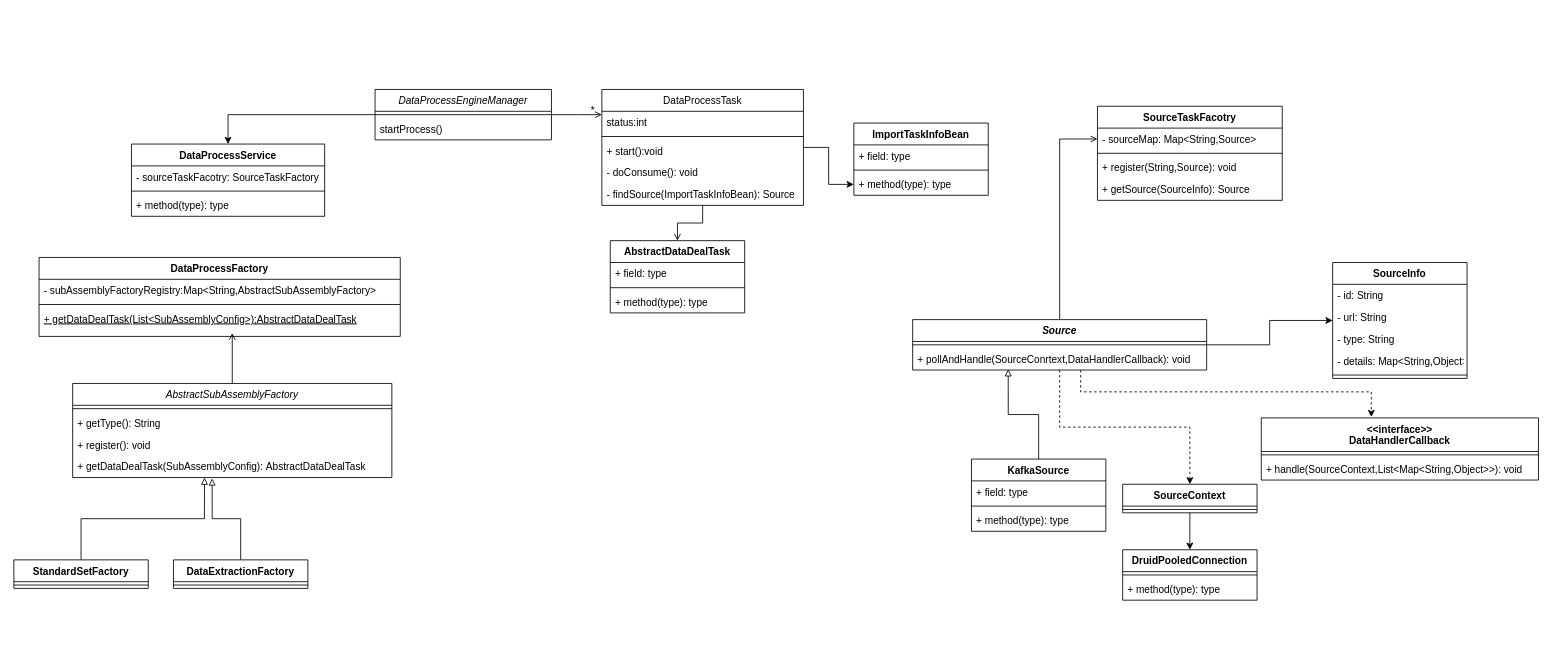
This is DMS.drawio from tianch731/DMS, a draw.io file, before an edit. Source tidied: cells renumbered, new cells numbered last; positions are measured from the earlier drawing's top-left corner, leaving out a move shared by most shapes. Both pictures are drawn from the tidied source at 84%, with x=0, y=0 at pixel (13, 89).
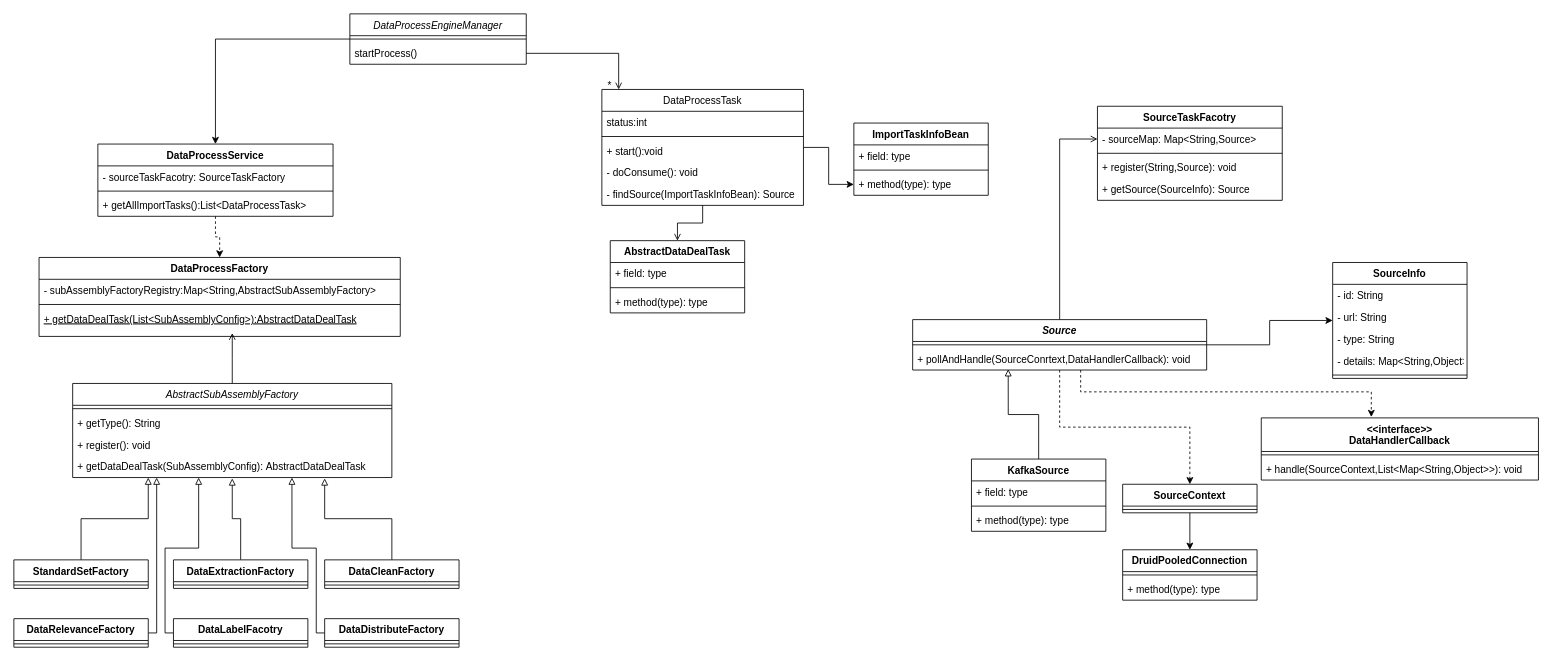
The same diagram, later.

Unchanged cells that the change refers to:
```xml
<mxCell id="5" value="startProcess()" style="text;align=left;verticalAlign=top;spacingLeft=4;spacingRight=4;overflow=hidden;points=[[0,0.5],[1,0.5]];portConstraint=eastwest;" parent="3" vertex="1">
  <mxGeometry y="34" width="210" height="26" as="geometry" />
</mxCell>
<mxCell id="6" value="DataProcessFactory" style="swimlane;fontStyle=1;align=center;verticalAlign=top;horizontal=1;startSize=26;rounded=0;shadow=0;strokeWidth=1;" parent="1" vertex="1">
  <mxGeometry x="30" y="200" width="430" height="94" as="geometry" />
</mxCell>
<mxCell id="15" value="+ getDataDealTask(SubAssemblyConfig): AbstractDataDealTask" style="text;strokeColor=none;fillColor=none;align=left;verticalAlign=top;spacingLeft=4;spacingRight=4;overflow=hidden;points=[[0,0.5],[1,0.5]];portConstraint=eastwest;html=0;" parent="11" vertex="1">
  <mxGeometry y="86" width="380" height="26" as="geometry" />
</mxCell>
<mxCell id="18" value="DataProcessTask" style="swimlane;fontStyle=0;align=center;verticalAlign=top;horizontal=1;startSize=26;rounded=0;shadow=0;strokeWidth=1;" parent="1" vertex="1">
  <mxGeometry x="700" width="240" height="138" as="geometry" />
</mxCell>
<mxCell id="72" value="StandardSetFactory" style="swimlane;fontStyle=1;align=center;verticalAlign=top;horizontal=1;startSize=26;html=0;" parent="1" vertex="1">
  <mxGeometry y="560" width="160" height="34" as="geometry" />
</mxCell>
<mxCell id="75" value="DataExtractionFactory" style="swimlane;fontStyle=1;align=center;verticalAlign=top;horizontal=1;startSize=26;html=0;" parent="1" vertex="1">
  <mxGeometry x="190" y="560" width="160" height="34" as="geometry" />
</mxCell>
```

Change to the diagram source:
```diff
@@
     <mxCell id="3" value="DataProcessEngineManager" style="swimlane;fontStyle=2;align=center;verticalAlign=top;horizontal=1;startSize=26;rounded=0;shadow=0;strokeWidth=1;" parent="1" vertex="1">
-      <mxGeometry x="430" width="210" height="60" as="geometry" />
+      <mxGeometry x="400" y="-90" width="210" height="60" as="geometry" />
     </mxCell>
@@
-    <mxCell id="24" style="endArrow=open;shadow=0;strokeWidth=1;rounded=0;endFill=1;edgeStyle=elbowEdgeStyle;elbow=vertical;" parent="1" edge="1" source="3" target="18">
+    <mxCell id="24" style="endArrow=open;shadow=0;strokeWidth=1;rounded=0;endFill=1;edgeStyle=elbowEdgeStyle;elbow=vertical;exitX=1;exitY=0.5;exitDx=0;exitDy=0;" parent="1" edge="1" source="5" target="18">
       <mxGeometry x="0.5" y="41" relative="1" as="geometry">
+        <Array as="points">
+          <mxPoint x="720" y="-43" />
+        </Array>
         <mxPoint x="-40" y="32" as="offset" />
       </mxGeometry>
     </mxCell>
@@
+    <mxCell id="77" style="edgeStyle=orthogonalEdgeStyle;rounded=0;jettySize=auto;html=1;endArrow=classic;endFill=1;dashed=1;" parent="1" edge="1" source="27" target="6">
+      <mxGeometry relative="1" as="geometry" />
+    </mxCell>
     <mxCell id="27" value="DataProcessService" style="swimlane;fontStyle=1;align=center;verticalAlign=top;horizontal=1;startSize=26;" parent="1" vertex="1">
-      <mxGeometry x="140" y="65" width="230" height="86" as="geometry" />
+      <mxGeometry x="100" y="65" width="280" height="86" as="geometry" />
     </mxCell>
     <mxCell id="28" value="- sourceTaskFacotry: SourceTaskFactory" style="text;strokeColor=none;fillColor=none;align=left;verticalAlign=top;spacingLeft=4;spacingRight=4;overflow=hidden;" parent="27" vertex="1">
-      <mxGeometry y="26" width="230" height="26" as="geometry" />
+      <mxGeometry y="26" width="280" height="26" as="geometry" />
     </mxCell>
     <mxCell id="29" style="line;strokeWidth=1;fillColor=none;align=left;verticalAlign=middle;spacingTop=-1;spacingLeft=3;spacingRight=3;labelPosition=right;" parent="27" vertex="1">
-      <mxGeometry y="52" width="230" height="8" as="geometry" />
+      <mxGeometry y="52" width="280" height="8" as="geometry" />
     </mxCell>
-    <mxCell id="30" value="+ method(type): type" style="text;strokeColor=none;fillColor=none;align=left;verticalAlign=top;spacingLeft=4;spacingRight=4;overflow=hidden;" parent="27" vertex="1">
-      <mxGeometry y="60" width="230" height="26" as="geometry" />
+    <mxCell id="30" value="+ getAllImportTasks():List&lt;DataProcessTask&gt;" style="text;strokeColor=none;fillColor=none;align=left;verticalAlign=top;spacingLeft=4;spacingRight=4;overflow=hidden;" parent="27" vertex="1">
+      <mxGeometry y="60" width="280" height="26" as="geometry" />
     </mxCell>
@@
-    <mxCell id="71" style="edgeStyle=orthogonalEdgeStyle;rounded=0;jettySize=auto;html=1;entryX=0.413;entryY=1;entryDx=0;entryDy=0;entryPerimeter=0;endArrow=block;endFill=0;" parent="1" edge="1" source="72" target="15">
-      <mxGeometry relative="1" as="geometry" />
+    <mxCell id="71" style="edgeStyle=orthogonalEdgeStyle;rounded=0;jettySize=auto;html=1;endArrow=block;endFill=0;" parent="1" edge="1" source="72">
+      <mxGeometry relative="1" as="geometry">
+        <mxPoint x="160" y="462" as="targetPoint" />
+        <Array as="points">
+          <mxPoint x="80" y="511" />
+          <mxPoint x="160" y="511" />
+          <mxPoint x="160" y="462" />
+        </Array>
+      </mxGeometry>
     </mxCell>
@@
-    <mxCell id="74" style="edgeStyle=orthogonalEdgeStyle;rounded=0;jettySize=auto;html=1;entryX=0.437;entryY=1.038;entryDx=0;entryDy=0;entryPerimeter=0;endArrow=block;endFill=0;" parent="1" edge="1" source="75" target="15">
-      <mxGeometry relative="1" as="geometry" />
+    <mxCell id="74" style="edgeStyle=orthogonalEdgeStyle;rounded=0;jettySize=auto;html=1;endArrow=block;endFill=0;" parent="1" edge="1" source="75">
+      <mxGeometry relative="1" as="geometry">
+        <mxPoint x="260" y="463" as="targetPoint" />
+        <Array as="points">
+          <mxPoint x="270" y="511" />
+          <mxPoint x="260" y="511" />
+          <mxPoint x="260" y="463" />
+        </Array>
+      </mxGeometry>
     </mxCell>
@@
+    <mxCell id="78" style="edgeStyle=orthogonalEdgeStyle;rounded=0;jettySize=auto;html=1;endArrow=block;endFill=0;" parent="1" edge="1" source="79">
+      <mxGeometry relative="1" as="geometry">
+        <mxPoint x="370" y="463" as="targetPoint" />
+        <Array as="points">
+          <mxPoint x="450" y="511" />
+          <mxPoint x="370" y="511" />
+          <mxPoint x="370" y="463" />
+        </Array>
+      </mxGeometry>
+    </mxCell>
+    <mxCell id="79" value="DataCleanFactory" style="swimlane;fontStyle=1;align=center;verticalAlign=top;horizontal=1;startSize=26;html=0;" parent="1" vertex="1">
+      <mxGeometry x="370" y="560" width="160" height="34" as="geometry" />
+    </mxCell>
+    <mxCell id="80" style="line;strokeWidth=1;fillColor=none;align=left;verticalAlign=middle;spacingTop=-1;spacingLeft=3;spacingRight=3;labelPosition=right;" parent="79" vertex="1">
+      <mxGeometry y="26" width="160" height="8" as="geometry" />
+    </mxCell>
+    <mxCell id="81" style="edgeStyle=orthogonalEdgeStyle;rounded=0;jettySize=auto;html=1;endArrow=block;endFill=0;" parent="1" edge="1" source="82">
+      <mxGeometry relative="1" as="geometry">
+        <mxPoint x="170" y="462" as="targetPoint" />
+        <Array as="points">
+          <mxPoint x="170" y="647" />
+          <mxPoint x="170" y="462" />
+        </Array>
+      </mxGeometry>
+    </mxCell>
+    <mxCell id="82" value="DataRelevanceFactory" style="swimlane;fontStyle=1;align=center;verticalAlign=top;horizontal=1;startSize=26;html=0;" parent="1" vertex="1">
+      <mxGeometry y="630" width="160" height="34" as="geometry" />
+    </mxCell>
+    <mxCell id="83" style="line;strokeWidth=1;fillColor=none;align=left;verticalAlign=middle;spacingTop=-1;spacingLeft=3;spacingRight=3;labelPosition=right;" parent="82" vertex="1">
+      <mxGeometry y="26" width="160" height="8" as="geometry" />
+    </mxCell>
+    <mxCell id="84" style="edgeStyle=orthogonalEdgeStyle;rounded=0;jettySize=auto;html=1;endArrow=block;endFill=0;" parent="1" edge="1" source="85">
+      <mxGeometry relative="1" as="geometry">
+        <mxPoint x="220" y="462" as="targetPoint" />
+        <Array as="points">
+          <mxPoint x="180" y="647" />
+          <mxPoint x="180" y="546" />
+          <mxPoint x="220" y="546" />
+          <mxPoint x="220" y="462" />
+        </Array>
+      </mxGeometry>
+    </mxCell>
+    <mxCell id="85" value="DataLabelFacotry" style="swimlane;fontStyle=1;align=center;verticalAlign=top;horizontal=1;startSize=26;html=0;" parent="1" vertex="1">
+      <mxGeometry x="190" y="630" width="160" height="34" as="geometry" />
+    </mxCell>
+    <mxCell id="86" style="line;strokeWidth=1;fillColor=none;align=left;verticalAlign=middle;spacingTop=-1;spacingLeft=3;spacingRight=3;labelPosition=right;" parent="85" vertex="1">
+      <mxGeometry y="26" width="160" height="8" as="geometry" />
+    </mxCell>
+    <mxCell id="87" style="edgeStyle=orthogonalEdgeStyle;rounded=0;jettySize=auto;html=1;entryX=0.687;entryY=1;entryDx=0;entryDy=0;entryPerimeter=0;endArrow=block;endFill=0;" parent="1" edge="1" source="88" target="15">
+      <mxGeometry relative="1" as="geometry">
+        <Array as="points">
+          <mxPoint x="360" y="647" />
+          <mxPoint x="360" y="546" />
+          <mxPoint x="331" y="546" />
+        </Array>
+      </mxGeometry>
+    </mxCell>
+    <mxCell id="88" value="DataDistributeFactory" style="swimlane;fontStyle=1;align=center;verticalAlign=top;horizontal=1;startSize=26;html=0;" parent="1" vertex="1">
+      <mxGeometry x="370" y="630" width="160" height="34" as="geometry" />
+    </mxCell>
+    <mxCell id="89" style="line;strokeWidth=1;fillColor=none;align=left;verticalAlign=middle;spacingTop=-1;spacingLeft=3;spacingRight=3;labelPosition=right;" parent="88" vertex="1">
+      <mxGeometry y="26" width="160" height="8" as="geometry" />
+    </mxCell>
```
